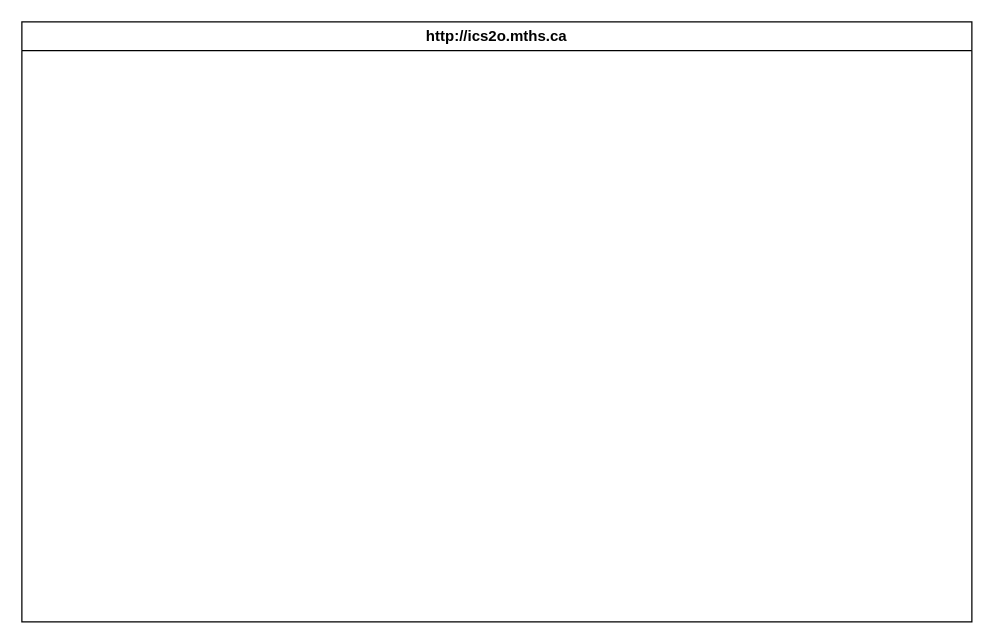
Earlier version of the draw.io diagram design/storyboard.drawio (MTHS-ICS2O-2-2022/ICS2O-Unit-6-03-janet-do). Source tidied: cells renumbered, new cells numbered last; positions are measured from the earlier drawing's top-left corner, leaving out a move shared by most shapes. Both pictures are drawn from the tidied source at 125%, with x=0, y=0 at pixel (21, 21). Pictures stored in the file or linked from it are replaced by grey dashed boxes.
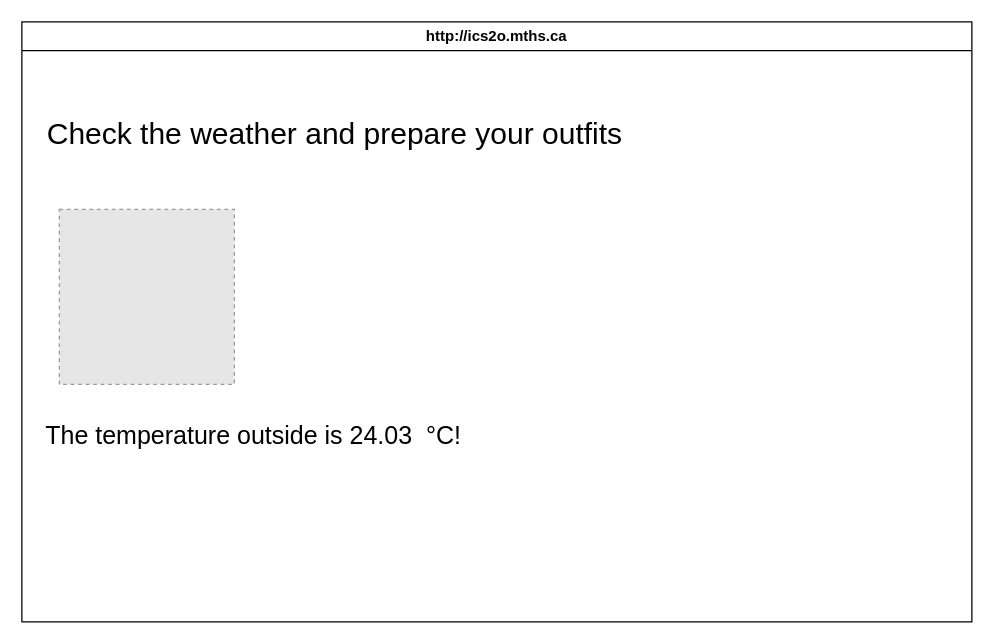
The same page after the edit.

Change to the diagram source:
```diff
@@
 <mxGraphModel>
   <root>
     <mxCell id="0" />
     <mxCell id="1" parent="0" />
     <mxCell id="2" value="http://ics2o.mths.ca" style="swimlane;whiteSpace=wrap;html=1;" parent="1" vertex="1">
       <mxGeometry width="760" height="480" as="geometry" />
     </mxCell>
+    <mxCell id="3" style="fillColor=#E6E6E6;strokeColor=#999999;dashed=1;verticalLabelPosition=bottom;labelBackgroundColor=default;verticalAlign=top;" parent="2" vertex="1">
+      <mxGeometry x="30" y="150" width="140" height="140" as="geometry" />
+    </mxCell>
+    <mxCell id="4" value="&lt;font style=&quot;font-size: 24px;&quot;&gt;Check the weather and prepare your outfits&lt;/font&gt;" style="text;html=1;align=center;verticalAlign=middle;strokeColor=none;fillColor=none;" parent="2" vertex="1">
+      <mxGeometry x="10" y="70" width="480" height="40" as="geometry" />
+    </mxCell>
+    <mxCell id="5" value="&lt;font style=&quot;font-size: 20px;&quot;&gt;&lt;font style=&quot;font-size: 20px;&quot;&gt;The temperature outside is 24.03&amp;nbsp;&lt;/font&gt;&lt;span style=&quot;font-family: Helvetica, Arial, sans-serif; text-align: start;&quot;&gt;&amp;nbsp;°C!&lt;/span&gt;&lt;/font&gt;" style="text;html=1;align=center;verticalAlign=middle;strokeColor=none;fillColor=none;" parent="2" vertex="1">
+      <mxGeometry x="5" y="310" width="360" height="40" as="geometry" />
+    </mxCell>
   </root>
 </mxGraphModel>
```
